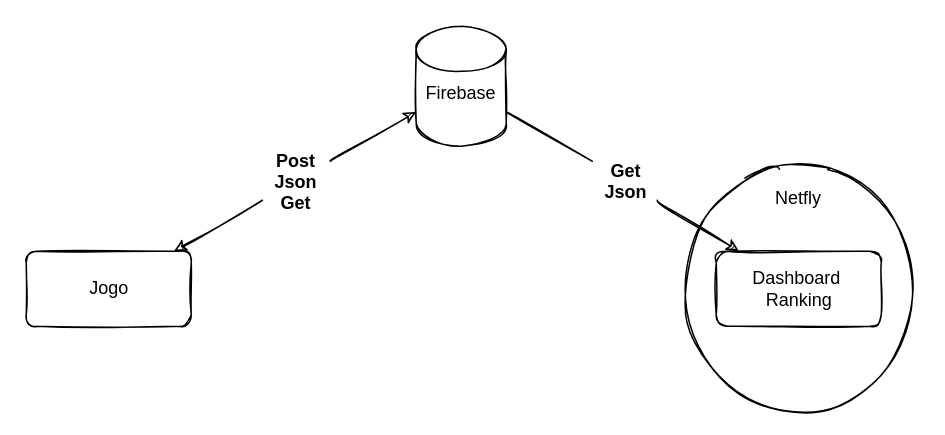
This is arquitetura.drawio from ikarobsb/trabalhoWebIII, a draw.io file, before an edit. Source tidied: cells renumbered, new cells numbered last; positions are measured from the earlier drawing's top-left corner, leaving out a move shared by most shapes. Both pictures are drawn from the tidied source at 150%, with x=0, y=0 at pixel (26, 26).
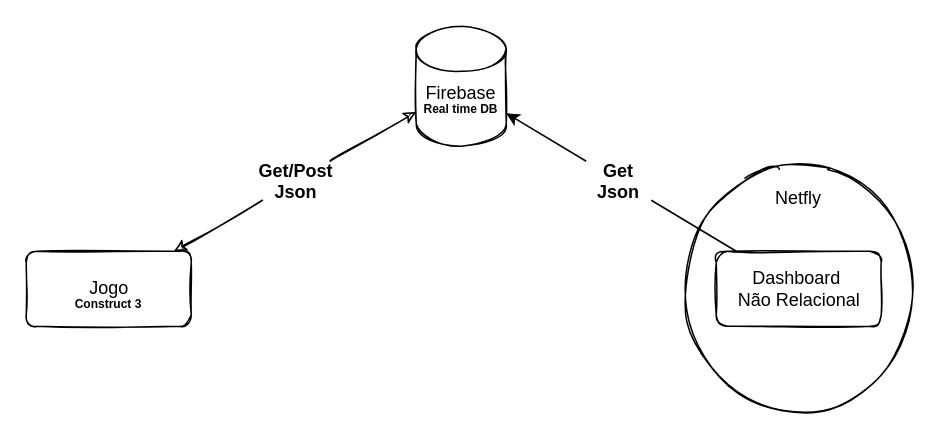
After the change.

Diff of the diagram source:
```diff
@@
 <mxGraphModel>
   <root>
     <mxCell id="0" />
     <mxCell id="1" parent="0" />
     <mxCell id="2" style="ellipse;whiteSpace=wrap;html=1;sketch=1;rounded=1;" parent="1" vertex="1">
       <mxGeometry x="435" y="95" width="160" height="160" as="geometry" />
     </mxCell>
     <mxCell id="3" style="shape=cylinder3;whiteSpace=wrap;html=1;boundedLbl=1;backgroundOutline=1;size=15;sketch=1;rounded=1;" parent="1" vertex="1">
       <mxGeometry x="260" width="60" height="80" as="geometry" />
     </mxCell>
     <mxCell id="4" value="Firebase" style="text;html=1;strokeColor=none;fillColor=none;align=center;verticalAlign=middle;whiteSpace=wrap;rounded=1;sketch=1;" parent="1" vertex="1">
       <mxGeometry x="260" y="30" width="60" height="30" as="geometry" />
     </mxCell>
     <mxCell id="5" value="Jogo" style="html=1;sketch=1;rounded=1;" parent="1" vertex="1">
       <mxGeometry y="150" width="110" height="50" as="geometry" />
     </mxCell>
-    <mxCell id="6" value="Dashboard&amp;nbsp;&lt;br&gt;Ranking" style="html=1;sketch=1;rounded=1;" parent="1" vertex="1">
+    <mxCell id="6" value="Dashboard&amp;nbsp;&lt;br&gt;Não Relacional" style="html=1;sketch=1;rounded=1;" parent="1" vertex="1">
       <mxGeometry x="460" y="150" width="110" height="50" as="geometry" />
     </mxCell>
     <mxCell id="7" style="endArrow=classic;startArrow=none;html=1;sketch=1;rounded=1;curved=1;" parent="1" edge="1" source="8" target="3">
       <mxGeometry relative="1" as="geometry" />
     </mxCell>
-    <mxCell id="8" value="Post&#10;Json&#10;Get" style="text;align=center;fontStyle=1;verticalAlign=middle;spacingLeft=3;spacingRight=3;strokeColor=none;points=[[0,0.5],[1,0.5]];portConstraint=eastwest;sketch=1;rounded=1;" parent="1" vertex="1">
+    <mxCell id="8" value="Get/Post&#10;Json" style="text;align=center;fontStyle=1;verticalAlign=middle;spacingLeft=3;spacingRight=3;strokeColor=none;points=[[0,0.5],[1,0.5]];portConstraint=eastwest;sketch=1;rounded=1;" parent="1" vertex="1">
       <mxGeometry x="140" y="90" width="80" height="26" as="geometry" />
     </mxCell>
     <mxCell id="9" style="endArrow=none;startArrow=classic;html=1;sketch=1;rounded=1;curved=1;" parent="1" edge="1" source="5" target="8">
       <mxGeometry relative="1" as="geometry" />
     </mxCell>
-    <mxCell id="10" style="endArrow=classic;html=1;startArrow=none;sketch=1;rounded=1;curved=1;" parent="1" edge="1" source="11" target="6">
-      <mxGeometry relative="1" as="geometry" />
-    </mxCell>
+    <mxCell id="13" value="Netfly" style="text;html=1;strokeColor=none;fillColor=none;align=center;verticalAlign=middle;whiteSpace=wrap;rounded=1;sketch=1;" parent="1" vertex="1">
+      <mxGeometry x="485" y="100" width="60" height="30" as="geometry" />
+    </mxCell>
+    <mxCell id="14" value="Real time DB" style="text;align=center;fontStyle=1;verticalAlign=middle;spacingLeft=3;spacingRight=3;strokeColor=none;fontSize=8;" parent="1" vertex="1">
+      <mxGeometry x="260" y="50" width="60" height="10" as="geometry" />
+    </mxCell>
+    <mxCell id="15" value="Construct 3" style="text;align=center;fontStyle=1;verticalAlign=middle;spacingLeft=3;spacingRight=3;strokeColor=none;fontSize=8;" parent="1" vertex="1">
+      <mxGeometry x="25" y="180" width="60" height="10" as="geometry" />
+    </mxCell>
+    <mxCell id="16" style="endArrow=classic;html=1;fontSize=8;startArrow=none;" parent="1" edge="1" source="11" target="3">
+      <mxGeometry relative="1" as="geometry" />
+    </mxCell>
     <mxCell id="11" value="Get&#10;Json" style="text;align=center;fontStyle=1;verticalAlign=middle;spacingLeft=3;spacingRight=3;strokeColor=none;points=[[0,0.5],[1,0.5]];portConstraint=eastwest;sketch=1;rounded=1;" parent="1" vertex="1">
-      <mxGeometry x="360" y="90" width="80" height="26" as="geometry" />
+      <mxGeometry x="355" y="90" width="80" height="26" as="geometry" />
     </mxCell>
-    <mxCell id="12" style="endArrow=none;html=1;sketch=1;rounded=1;curved=1;" parent="1" edge="1" source="3" target="11">
-      <mxGeometry relative="1" as="geometry" />
-    </mxCell>
-    <mxCell id="13" value="Netfly" style="text;html=1;strokeColor=none;fillColor=none;align=center;verticalAlign=middle;whiteSpace=wrap;rounded=1;sketch=1;" parent="1" vertex="1">
-      <mxGeometry x="485" y="100" width="60" height="30" as="geometry" />
-    </mxCell>
+    <mxCell id="17" style="endArrow=none;html=1;fontSize=8;" parent="1" edge="1" source="6" target="11">
+      <mxGeometry relative="1" as="geometry" />
+    </mxCell>
   </root>
 </mxGraphModel>
```
